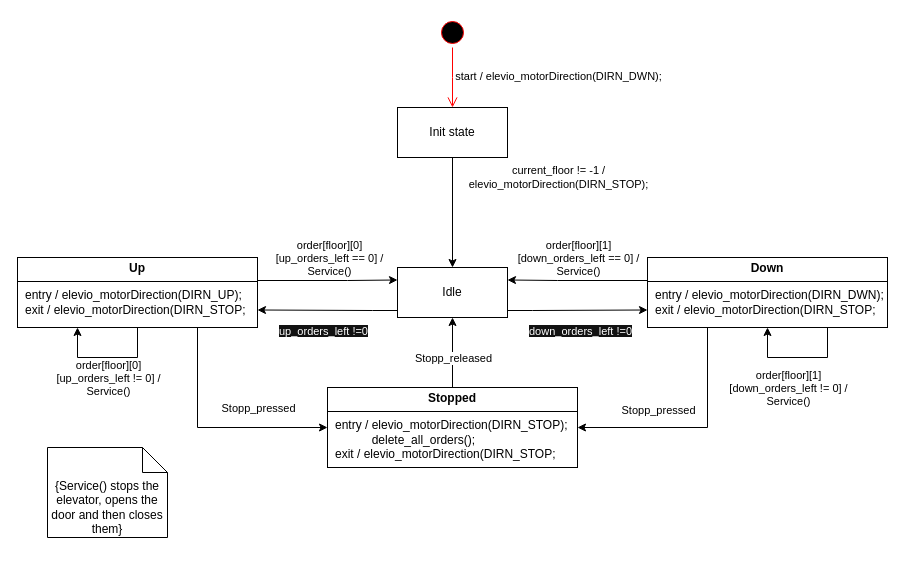
Earlier version of the draw.io diagram plans/State_diagram2.drawio (Wiacer/Heislab). Source tidied: cells renumbered, new cells numbered last; positions are measured from the earlier drawing's top-left corner, leaving out a move shared by most shapes. Both pictures are drawn from the tidied source at 100%, with x=0, y=0 at pixel (17, 17).
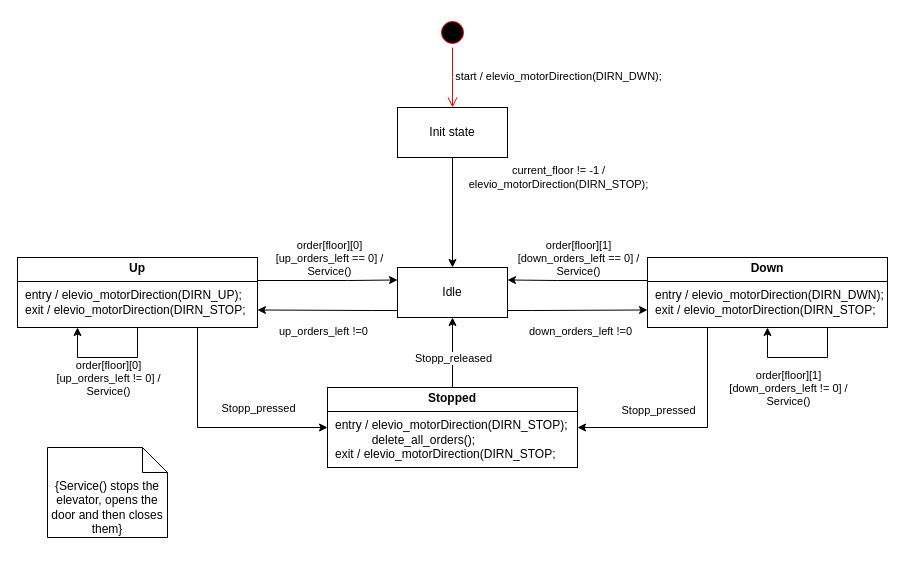
The same page after the edit.

What changed in the source:
```diff
@@
-    <mxCell id="25" value="&lt;span style=&quot;color: rgb(255, 255, 255); font-family: Helvetica; font-size: 11px; font-style: normal; font-variant-ligatures: normal; font-variant-caps: normal; font-weight: 400; letter-spacing: normal; orphans: 2; text-align: center; text-indent: 0px; text-transform: none; widows: 2; word-spacing: 0px; -webkit-text-stroke-width: 0px; white-space: nowrap; background-color: rgb(18, 18, 18); text-decoration-thickness: initial; text-decoration-style: initial; text-decoration-color: initial; display: inline !important; float: none;&quot;&gt;up_orders_left !=0&lt;/span&gt;" style="text;whiteSpace=wrap;html=1;" parent="1" vertex="1">
+    <mxCell id="25" value="&lt;span style=&quot;font-family: Helvetica; font-size: 11px; font-style: normal; font-variant-ligatures: normal; font-variant-caps: normal; font-weight: 400; letter-spacing: normal; orphans: 2; text-align: center; text-indent: 0px; text-transform: none; widows: 2; word-spacing: 0px; -webkit-text-stroke-width: 0px; white-space: nowrap; text-decoration-thickness: initial; text-decoration-style: initial; text-decoration-color: initial; float: none; display: inline !important;&quot;&gt;up_orders_left !=0&lt;/span&gt;" style="text;whiteSpace=wrap;html=1;fontColor=default;labelBackgroundColor=none;" parent="1" vertex="1">
       <mxGeometry x="260" y="300" width="100" height="30" as="geometry" />
     </mxCell>
-    <mxCell id="26" value="&lt;span style=&quot;color: rgb(255, 255, 255); font-family: Helvetica; font-size: 11px; font-style: normal; font-variant-ligatures: normal; font-variant-caps: normal; font-weight: 400; letter-spacing: normal; orphans: 2; text-align: center; text-indent: 0px; text-transform: none; widows: 2; word-spacing: 0px; -webkit-text-stroke-width: 0px; white-space: nowrap; background-color: rgb(18, 18, 18); text-decoration-thickness: initial; text-decoration-style: initial; text-decoration-color: initial; display: inline !important; float: none;&quot;&gt;down_orders_left !=0&lt;/span&gt;" style="text;whiteSpace=wrap;html=1;" parent="1" vertex="1">
+    <mxCell id="26" value="&lt;span style=&quot;font-family: Helvetica; font-size: 11px; font-style: normal; font-variant-ligatures: normal; font-variant-caps: normal; font-weight: 400; letter-spacing: normal; orphans: 2; text-align: center; text-indent: 0px; text-transform: none; widows: 2; word-spacing: 0px; -webkit-text-stroke-width: 0px; white-space: nowrap; text-decoration-thickness: initial; text-decoration-style: initial; text-decoration-color: initial; float: none; display: inline !important;&quot;&gt;down_orders_left !=0&lt;/span&gt;" style="text;whiteSpace=wrap;html=1;labelBackgroundColor=none;fontColor=default;" parent="1" vertex="1">
       <mxGeometry x="510" y="300" width="100" height="30" as="geometry" />
     </mxCell>
```
